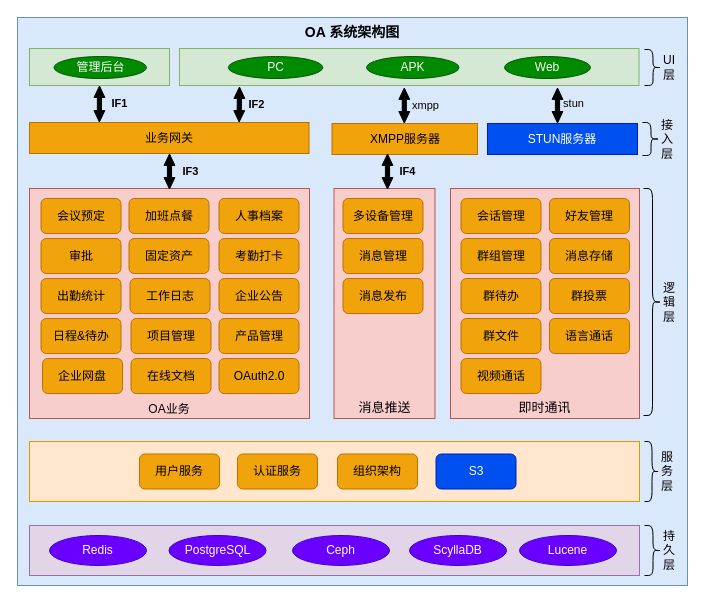
This is page "OA架构图" (3 of 4) of StreamOA架构设计.drawio from zebra-min/my-design, a draw.io file, before an edit. Source tidied: cells renumbered, new cells numbered last; positions are measured from the earlier drawing's top-left corner, leaving out a move shared by most shapes. Both pictures are drawn from the tidied source at 100%, with x=0, y=0 at pixel (17, 17).
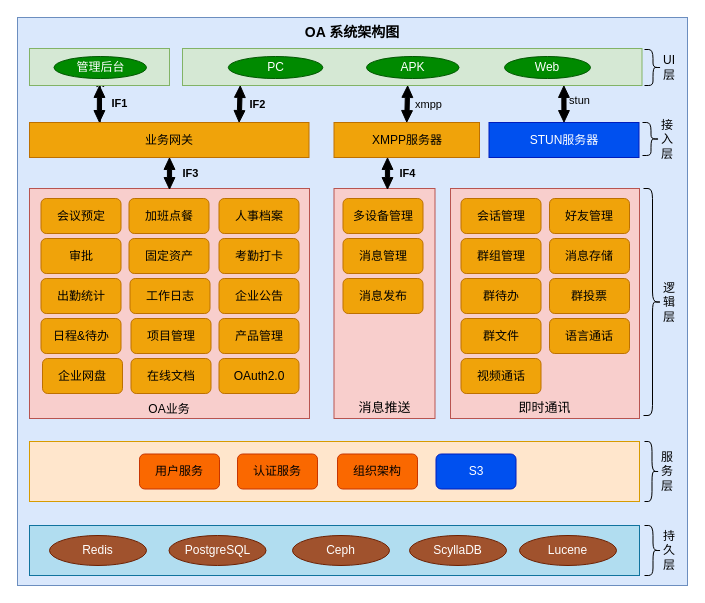
After the change.

Commit message (it also covers changes not shown here):
更新StreamOA架构设计.drawio

Unchanged cells that the change refers to:
```xml
<mxCell id="6" value="OA业务" style="rounded=0;whiteSpace=wrap;html=1;fillStyle=auto;fillColor=#f8cecc;verticalAlign=bottom;align=center;strokeColor=#b85450;" parent="1" vertex="1">
  <mxGeometry x="12" y="171" width="280" height="230" as="geometry" />
</mxCell>
<mxCell id="52" value="管理后台" style="ellipse;whiteSpace=wrap;html=1;fillColor=#008a00;strokeColor=#005700;fontColor=#ffffff;" parent="1" vertex="1">
  <mxGeometry x="36.5" y="39" width="92.5" height="22" as="geometry" />
</mxCell>
```

What changed in the source:
```diff
@@
-    <mxCell id="3" style="rounded=0;whiteSpace=wrap;html=1;fillColor=#d5e8d4;strokeColor=#82b366;" parent="1" vertex="1">
-      <mxGeometry x="162" y="31" width="459.5" height="37" as="geometry" />
+    <mxCell id="3" style="rounded=0;whiteSpace=wrap;html=1;fillColor=#d5e8d4;strokeColor=#82b366;points=[[0,0,0,0,0],[0,0.25,0,0,0],[0,0.5,0,0,0],[0,0.75,0,0,0],[0,1,0,0,0],[0.13,1,0,-2,0],[0.25,0,0,0,0],[0.49,1,0,0,0],[0.5,0,0,0,0],[0.75,0,0,0,0],[0.83,1,0,0,0],[1,0,0,0,0],[1,0.25,0,0,0],[1,0.5,0,0,0],[1,0.75,0,0,0],[1,1,0,0,0]];" parent="1" vertex="1">
+      <mxGeometry x="165" y="31" width="459.5" height="37" as="geometry" />
     </mxCell>
@@
+    <mxCell id="70" style="edgeStyle=orthogonalEdgeStyle;rounded=0;jettySize=auto;html=1;" parent="1" edge="1" source="6" target="52">
+      <mxGeometry relative="1" as="geometry" />
+    </mxCell>
@@
     <mxCell id="7" value="业务网关" style="rounded=0;whiteSpace=wrap;html=1;points=[[0,0,0,0,0],[0,0.25,0,0,0],[0,0.5,0,0,0],[0,0.75,0,0,0],[0,1,0,0,0],[0.25,0,0,0,0],[0.25,1,0,0,0],[0.5,1,0,0,0],[0.54,0,0,0,-3],[0.75,0,0,0,0],[0.75,1,0,0,0],[1,0,0,0,0],[1,0.25,0,0,0],[1,0.5,0,0,0],[1,0.75,0,0,0],[1,1,0,0,0]];fillColor=#f0a30a;strokeColor=#BD7000;fontColor=#000000;" parent="1" vertex="1">
-      <mxGeometry x="12" y="105" width="279.5" height="31" as="geometry" />
+      <mxGeometry x="12" y="105" width="279.5" height="35" as="geometry" />
     </mxCell>
     <mxCell id="8" value="XMPP服务器" style="rounded=0;whiteSpace=wrap;html=1;fillColor=#f0a30a;fontColor=#000000;strokeColor=#BD7000;" parent="1" vertex="1">
-      <mxGeometry x="314.5" y="106" width="145.5" height="31" as="geometry" />
+      <mxGeometry x="316.5" y="105" width="145.5" height="35" as="geometry" />
     </mxCell>
@@
-    <mxCell id="20" value="用户服务" style="rounded=1;whiteSpace=wrap;html=1;fillColor=#f0a30a;strokeColor=#BD7000;fontColor=#000000;" parent="1" vertex="1">
+    <mxCell id="20" value="用户服务" style="rounded=1;whiteSpace=wrap;html=1;fillColor=#fa6800;strokeColor=#C73500;fontColor=#000000;" parent="1" vertex="1">
       <mxGeometry x="122" y="436.5" width="80" height="35" as="geometry" />
     </mxCell>
-    <mxCell id="21" value="认证服务" style="rounded=1;whiteSpace=wrap;html=1;fillColor=#f0a30a;strokeColor=#BD7000;fontColor=#000000;" parent="1" vertex="1">
+    <mxCell id="21" value="认证服务" style="rounded=1;whiteSpace=wrap;html=1;fillColor=#fa6800;strokeColor=#C73500;fontColor=#000000;" parent="1" vertex="1">
       <mxGeometry x="220" y="436.5" width="80" height="35" as="geometry" />
     </mxCell>
-    <mxCell id="22" value="组织架构" style="rounded=1;whiteSpace=wrap;html=1;fillColor=#f0a30a;strokeColor=#BD7000;fontColor=#000000;" parent="1" vertex="1">
+    <mxCell id="22" value="组织架构" style="rounded=1;whiteSpace=wrap;html=1;fillColor=#fa6800;strokeColor=#C73500;fontColor=#000000;" parent="1" vertex="1">
       <mxGeometry x="320" y="436.5" width="80" height="35" as="geometry" />
     </mxCell>
@@
     <mxCell id="44" value="STUN服务器" style="rounded=0;whiteSpace=wrap;html=1;fillColor=#0050ef;fontColor=#ffffff;strokeColor=#001DBC;" parent="1" vertex="1">
-      <mxGeometry x="470" y="106" width="150" height="31" as="geometry" />
+      <mxGeometry x="471.5" y="105" width="150" height="35" as="geometry" />
     </mxCell>
-    <mxCell id="45" style="rounded=0;whiteSpace=wrap;html=1;fillStyle=auto;fillColor=#e1d5e7;strokeColor=#9673a6;" parent="1" vertex="1">
+    <mxCell id="45" style="rounded=0;whiteSpace=wrap;html=1;fillStyle=auto;fillColor=#b1ddf0;strokeColor=#10739e;" parent="1" vertex="1">
       <mxGeometry x="12" y="508" width="610" height="50" as="geometry" />
     </mxCell>
-    <mxCell id="46" value="Redis" style="ellipse;whiteSpace=wrap;html=1;fillColor=#6a00ff;strokeColor=#3700CC;fontColor=#ffffff;" parent="1" vertex="1">
+    <mxCell id="46" value="Redis" style="ellipse;whiteSpace=wrap;html=1;fillColor=#a0522d;strokeColor=#6D1F00;fontColor=#ffffff;" parent="1" vertex="1">
       <mxGeometry x="32" y="518" width="97" height="30" as="geometry" />
     </mxCell>
@@
-    <mxCell id="48" value="PostgreSQL" style="ellipse;whiteSpace=wrap;html=1;fillColor=#6a00ff;strokeColor=#3700CC;fontColor=#ffffff;" parent="1" vertex="1">
+    <mxCell id="48" value="PostgreSQL" style="ellipse;whiteSpace=wrap;html=1;fillColor=#a0522d;strokeColor=#6D1F00;fontColor=#ffffff;" parent="1" vertex="1">
       <mxGeometry x="151.5" y="518" width="97" height="30" as="geometry" />
     </mxCell>
-    <mxCell id="49" value="Ceph" style="ellipse;whiteSpace=wrap;html=1;fillColor=#6a00ff;strokeColor=#3700CC;fontColor=#ffffff;" parent="1" vertex="1">
+    <mxCell id="49" value="Ceph" style="ellipse;whiteSpace=wrap;html=1;fillColor=#a0522d;strokeColor=#6D1F00;fontColor=#ffffff;" parent="1" vertex="1">
       <mxGeometry x="275" y="518" width="97" height="30" as="geometry" />
     </mxCell>
-    <mxCell id="50" value="ScyllaDB" style="ellipse;whiteSpace=wrap;html=1;fillColor=#6a00ff;strokeColor=#3700CC;fontColor=#ffffff;" parent="1" vertex="1">
+    <mxCell id="50" value="ScyllaDB" style="ellipse;whiteSpace=wrap;html=1;fillColor=#a0522d;strokeColor=#6D1F00;fontColor=#ffffff;" parent="1" vertex="1">
       <mxGeometry x="392" y="518" width="97" height="30" as="geometry" />
     </mxCell>
-    <mxCell id="51" value="Lucene" style="ellipse;whiteSpace=wrap;html=1;fillColor=#6a00ff;strokeColor=#3700CC;fontColor=#ffffff;" parent="1" vertex="1">
+    <mxCell id="51" value="Lucene" style="ellipse;whiteSpace=wrap;html=1;fillColor=#a0522d;strokeColor=#6D1F00;fontColor=#ffffff;" parent="1" vertex="1">
       <mxGeometry x="502" y="518" width="97" height="30" as="geometry" />
     </mxCell>
@@
-    <mxCell id="55" style="shape=flexArrow;endArrow=classic;startArrow=classic;html=1;rounded=0;width=4.166666666666667;endSize=3.491666666666667;endWidth=5.694444444444445;startWidth=5.694444444444445;startSize=3.491666666666667;exitX=0.75;exitY=0;exitDx=0;exitDy=0;exitPerimeter=0;fillColor=#000000;" parent="1" edge="1" source="7">
-      <mxGeometry relative="1" as="geometry">
-        <mxPoint x="222" y="69" as="targetPoint" />
-      </mxGeometry>
+    <mxCell id="55" style="shape=flexArrow;endArrow=classic;startArrow=classic;html=1;rounded=0;width=4.166666666666667;endSize=3.491666666666667;endWidth=5.694444444444445;startWidth=5.694444444444445;startSize=3.491666666666667;exitX=0.75;exitY=0;exitDx=0;exitDy=0;exitPerimeter=0;fillColor=#000000;entryX=0.13;entryY=1;entryDx=-2;entryDy=0;entryPerimeter=0;" parent="1" edge="1" source="7" target="3">
+      <mxGeometry relative="1" as="geometry" />
     </mxCell>
@@
-    <mxCell id="57" style="shape=flexArrow;endArrow=classic;startArrow=classic;html=1;rounded=0;width=4.166666666666667;endSize=3.491666666666667;endWidth=5.694444444444445;startWidth=5.694444444444445;startSize=3.491666666666667;exitX=0.75;exitY=0;exitDx=0;exitDy=0;exitPerimeter=0;fillColor=#000000;" parent="1" edge="1">
-      <mxGeometry relative="1" as="geometry">
-        <mxPoint x="386.8" y="106" as="sourcePoint" />
-        <mxPoint x="386.8" y="70" as="targetPoint" />
-      </mxGeometry>
+    <mxCell id="57" style="shape=flexArrow;endArrow=classic;startArrow=classic;html=1;rounded=0;width=4.166666666666667;endSize=3.491666666666667;endWidth=5.694444444444445;startWidth=5.694444444444445;startSize=3.491666666666667;fillColor=#000000;exitX=0.5;exitY=0;exitDx=0;exitDy=0;entryX=0.49;entryY=1;entryDx=0;entryDy=0;entryPerimeter=0;" parent="1" edge="1" source="8" target="3">
+      <mxGeometry relative="1" as="geometry" />
     </mxCell>
@@
-    <mxCell id="59" style="shape=flexArrow;endArrow=classic;startArrow=classic;html=1;rounded=0;width=4.166666666666667;endSize=3.491666666666667;endWidth=5.694444444444445;startWidth=5.694444444444445;startSize=3.491666666666667;exitX=0.75;exitY=0;exitDx=0;exitDy=0;exitPerimeter=0;fillColor=#000000;" parent="1" edge="1">
-      <mxGeometry relative="1" as="geometry">
-        <mxPoint x="540" y="106" as="sourcePoint" />
-        <mxPoint x="540" y="70" as="targetPoint" />
-      </mxGeometry>
+    <mxCell id="59" style="shape=flexArrow;endArrow=classic;startArrow=classic;html=1;rounded=0;width=4.166666666666667;endSize=3.491666666666667;endWidth=5.694444444444445;startWidth=5.694444444444445;startSize=3.491666666666667;exitX=0.5;exitY=0;exitDx=0;exitDy=0;fillColor=#000000;entryX=0.83;entryY=1;entryDx=0;entryDy=0;entryPerimeter=0;" parent="1" edge="1" source="44" target="3">
+      <mxGeometry relative="1" as="geometry" />
     </mxCell>
@@
     <mxCell id="61" style="shape=flexArrow;endArrow=classic;startArrow=classic;html=1;rounded=0;width=4.166666666666667;endSize=3.491666666666667;endWidth=5.694444444444445;startWidth=5.694444444444445;startSize=3.491666666666667;exitX=0.75;exitY=0;exitDx=0;exitDy=0;exitPerimeter=0;fillColor=#000000;" parent="1" edge="1">
       <mxGeometry relative="1" as="geometry">
         <mxPoint x="152" y="172" as="sourcePoint" />
-        <mxPoint x="152" y="136" as="targetPoint" />
+        <mxPoint x="152" y="140" as="targetPoint" />
       </mxGeometry>
     </mxCell>
@@
     <mxCell id="63" style="shape=flexArrow;endArrow=classic;startArrow=classic;html=1;rounded=0;width=4.166666666666667;endSize=3.491666666666667;endWidth=5.694444444444445;startWidth=5.694444444444445;startSize=3.491666666666667;exitX=0.75;exitY=0;exitDx=0;exitDy=0;exitPerimeter=0;fillColor=#000000;" parent="1" edge="1">
       <mxGeometry relative="1" as="geometry">
         <mxPoint x="370" y="172" as="sourcePoint" />
-        <mxPoint x="370" y="136" as="targetPoint" />
+        <mxPoint x="370" y="140" as="targetPoint" />
       </mxGeometry>
     </mxCell>
```
